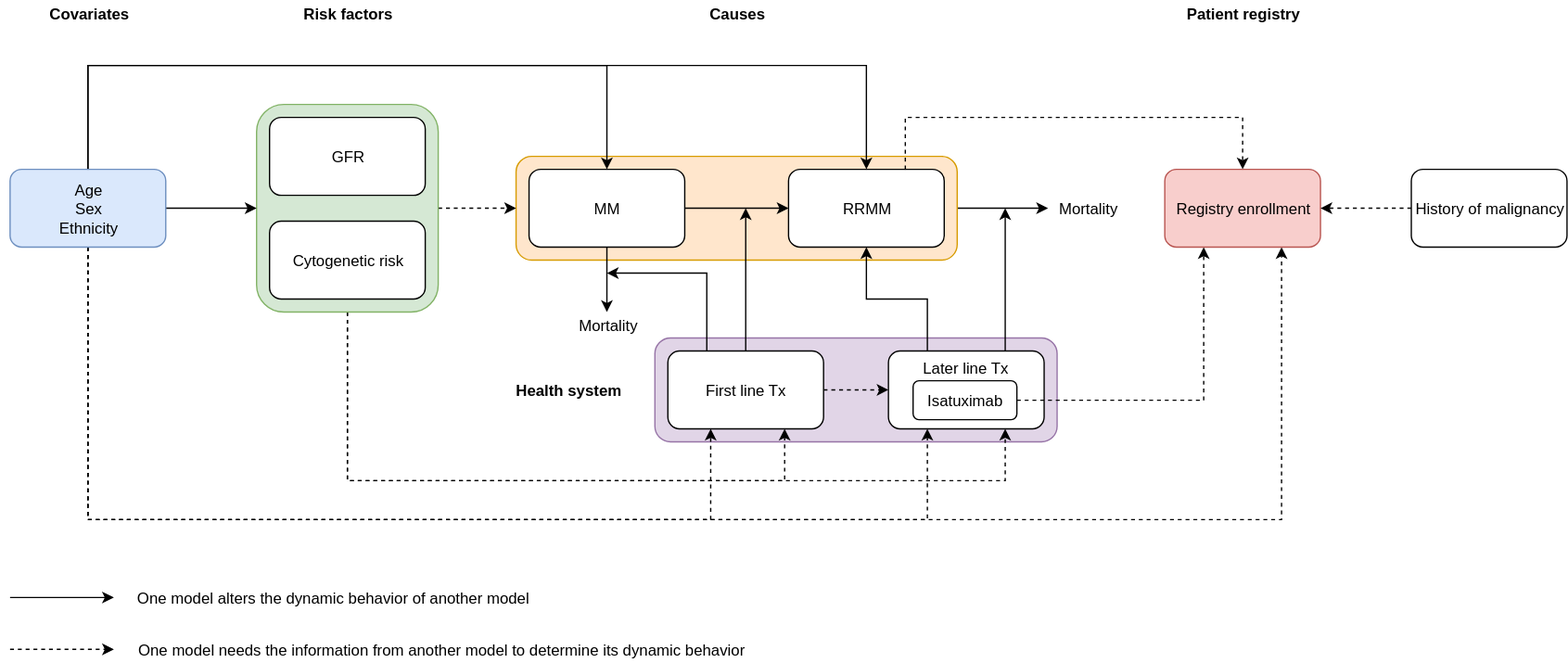
Above: docs/source/concept_models/vivarium_sanofi_multiple_myeloma/concept_model_diagram.svg in ihmeuw/vivarium_research (draw.io), before the change. Source tidied: cells renumbered, new cells last; positions are measured from the earlier drawing's top-left corner, leaving out a move shared by most shapes. The source it was exported from:
```xml
<mxGraphModel>
  <root>
    <mxCell id="0" />
    <mxCell id="1" parent="0" />
    <mxCell id="2" style="rounded=1;whiteSpace=wrap;html=1;fillColor=#e1d5e7;strokeColor=#9673a6;" parent="1" vertex="1">
      <mxGeometry x="497" y="260" width="310" height="80" as="geometry" />
    </mxCell>
    <mxCell id="3" style="edgeStyle=orthogonalEdgeStyle;rounded=0;jettySize=auto;html=1;exitX=1;exitY=0.5;exitDx=0;exitDy=0;" parent="1" edge="1" source="4">
      <mxGeometry relative="1" as="geometry">
        <mxPoint x="800" y="160" as="targetPoint" />
      </mxGeometry>
    </mxCell>
    <mxCell id="4" style="rounded=1;whiteSpace=wrap;html=1;fillColor=#ffe6cc;strokeColor=#d79b00;" parent="1" vertex="1">
      <mxGeometry x="390" y="120" width="340" height="80" as="geometry" />
    </mxCell>
    <mxCell id="5" style="edgeStyle=orthogonalEdgeStyle;rounded=0;jettySize=auto;html=1;exitX=1;exitY=0.5;exitDx=0;exitDy=0;dashed=1;" parent="1" edge="1" source="8">
      <mxGeometry relative="1" as="geometry">
        <mxPoint x="390" y="160" as="targetPoint" />
      </mxGeometry>
    </mxCell>
    <mxCell id="6" style="edgeStyle=orthogonalEdgeStyle;rounded=0;jettySize=auto;html=1;exitX=0.5;exitY=1;exitDx=0;exitDy=0;entryX=0.75;entryY=1;entryDx=0;entryDy=0;dashed=1;strokeWidth=1;" parent="1" edge="1" source="8" target="30">
      <mxGeometry relative="1" as="geometry">
        <Array as="points">
          <mxPoint x="260" y="370" />
          <mxPoint x="767" y="370" />
        </Array>
      </mxGeometry>
    </mxCell>
    <mxCell id="7" style="edgeStyle=orthogonalEdgeStyle;rounded=0;jettySize=auto;html=1;exitX=0.5;exitY=1;exitDx=0;exitDy=0;entryX=0.75;entryY=1;entryDx=0;entryDy=0;dashed=1;strokeWidth=1;" parent="1" edge="1" source="8" target="18">
      <mxGeometry relative="1" as="geometry">
        <Array as="points">
          <mxPoint x="260" y="370" />
          <mxPoint x="597" y="370" />
        </Array>
      </mxGeometry>
    </mxCell>
    <mxCell id="8" style="rounded=1;whiteSpace=wrap;html=1;fillColor=#d5e8d4;strokeColor=#82b366;" parent="1" vertex="1">
      <mxGeometry x="190" y="80" width="140" height="160" as="geometry" />
    </mxCell>
    <mxCell id="9" value="GFR" style="rounded=1;whiteSpace=wrap;html=1;" parent="1" vertex="1">
      <mxGeometry x="200" y="90" width="120" height="60" as="geometry" />
    </mxCell>
    <mxCell id="10" value="&lt;span style=&quot;white-space: normal&quot;&gt;Cytogenetic risk&lt;/span&gt;" style="rounded=1;whiteSpace=wrap;html=1;" parent="1" vertex="1">
      <mxGeometry x="200" y="170" width="120" height="60" as="geometry" />
    </mxCell>
    <mxCell id="11" style="edgeStyle=orthogonalEdgeStyle;rounded=0;jettySize=auto;html=1;exitX=1;exitY=0.5;exitDx=0;exitDy=0;entryX=0;entryY=0.5;entryDx=0;entryDy=0;" parent="1" edge="1" source="13" target="27">
      <mxGeometry relative="1" as="geometry" />
    </mxCell>
    <mxCell id="12" style="edgeStyle=orthogonalEdgeStyle;rounded=0;jettySize=auto;html=1;exitX=0.5;exitY=1;exitDx=0;exitDy=0;" parent="1" edge="1" source="13" target="31">
      <mxGeometry relative="1" as="geometry">
        <Array as="points">
          <mxPoint x="460" y="220" />
          <mxPoint x="460" y="220" />
        </Array>
      </mxGeometry>
    </mxCell>
    <mxCell id="13" value="MM" style="rounded=1;whiteSpace=wrap;html=1;" parent="1" vertex="1">
      <mxGeometry x="400" y="130" width="120" height="60" as="geometry" />
    </mxCell>
    <mxCell id="14" value="Mortality" style="text;html=1;strokeColor=none;fillColor=none;align=center;verticalAlign=middle;whiteSpace=wrap;rounded=0;" parent="1" vertex="1">
      <mxGeometry x="810" y="150" width="40" height="20" as="geometry" />
    </mxCell>
    <mxCell id="15" style="edgeStyle=orthogonalEdgeStyle;rounded=0;jettySize=auto;html=1;exitX=0.5;exitY=0;exitDx=0;exitDy=0;strokeWidth=1;" parent="1" edge="1" source="18">
      <mxGeometry relative="1" as="geometry">
        <mxPoint x="567" y="160" as="targetPoint" />
        <Array as="points">
          <mxPoint x="567" y="220" />
          <mxPoint x="567" y="220" />
        </Array>
      </mxGeometry>
    </mxCell>
    <mxCell id="16" style="edgeStyle=orthogonalEdgeStyle;rounded=0;jettySize=auto;html=1;exitX=0.25;exitY=0;exitDx=0;exitDy=0;strokeWidth=1;" parent="1" edge="1" source="18">
      <mxGeometry relative="1" as="geometry">
        <mxPoint x="460" y="210" as="targetPoint" />
        <Array as="points">
          <mxPoint x="510" y="210" />
          <mxPoint x="460" y="210" />
        </Array>
      </mxGeometry>
    </mxCell>
    <mxCell id="17" style="edgeStyle=orthogonalEdgeStyle;rounded=0;jettySize=auto;html=1;exitX=1;exitY=0.5;exitDx=0;exitDy=0;entryX=0;entryY=0.5;entryDx=0;entryDy=0;dashed=1;strokeWidth=1;" parent="1" edge="1" source="18" target="30">
      <mxGeometry relative="1" as="geometry" />
    </mxCell>
    <mxCell id="18" value="First line Tx" style="rounded=1;whiteSpace=wrap;html=1;" parent="1" vertex="1">
      <mxGeometry x="507" y="270" width="120" height="60" as="geometry" />
    </mxCell>
    <mxCell id="19" style="edgeStyle=orthogonalEdgeStyle;rounded=0;jettySize=auto;html=1;exitX=1;exitY=0.5;exitDx=0;exitDy=0;entryX=0;entryY=0.5;entryDx=0;entryDy=0;" parent="1" edge="1" source="25" target="8">
      <mxGeometry relative="1" as="geometry" />
    </mxCell>
    <mxCell id="20" style="edgeStyle=orthogonalEdgeStyle;rounded=0;jettySize=auto;html=1;exitX=0.5;exitY=0;exitDx=0;exitDy=0;entryX=0.5;entryY=0;entryDx=0;entryDy=0;" parent="1" edge="1" source="25" target="13">
      <mxGeometry relative="1" as="geometry">
        <Array as="points">
          <mxPoint x="60" y="50" />
          <mxPoint x="460" y="50" />
        </Array>
      </mxGeometry>
    </mxCell>
    <mxCell id="21" style="edgeStyle=orthogonalEdgeStyle;rounded=0;jettySize=auto;html=1;exitX=0.5;exitY=0;exitDx=0;exitDy=0;entryX=0.5;entryY=0;entryDx=0;entryDy=0;" parent="1" edge="1" source="25" target="27">
      <mxGeometry relative="1" as="geometry">
        <Array as="points">
          <mxPoint x="60" y="50" />
          <mxPoint x="660" y="50" />
        </Array>
      </mxGeometry>
    </mxCell>
    <mxCell id="22" style="edgeStyle=orthogonalEdgeStyle;rounded=0;jettySize=auto;html=1;exitX=0.5;exitY=1;exitDx=0;exitDy=0;dashed=1;" parent="1" edge="1" source="25">
      <mxGeometry relative="1" as="geometry">
        <mxPoint x="540" y="330" as="targetPoint" />
        <Array as="points">
          <mxPoint x="60" y="400" />
          <mxPoint x="540" y="400" />
        </Array>
      </mxGeometry>
    </mxCell>
    <mxCell id="23" style="edgeStyle=orthogonalEdgeStyle;rounded=0;jettySize=auto;html=1;exitX=0.5;exitY=1;exitDx=0;exitDy=0;entryX=0.25;entryY=1;entryDx=0;entryDy=0;dashed=1;" parent="1" edge="1" source="25" target="30">
      <mxGeometry relative="1" as="geometry">
        <Array as="points">
          <mxPoint x="60" y="400" />
          <mxPoint x="707" y="400" />
        </Array>
      </mxGeometry>
    </mxCell>
    <mxCell id="24" style="edgeStyle=orthogonalEdgeStyle;rounded=0;jettySize=auto;html=1;exitX=0.5;exitY=1;exitDx=0;exitDy=0;entryX=0.75;entryY=1;entryDx=0;entryDy=0;dashed=1;" parent="1" edge="1" source="25" target="43">
      <mxGeometry relative="1" as="geometry">
        <Array as="points">
          <mxPoint x="60" y="400" />
          <mxPoint x="980" y="400" />
        </Array>
      </mxGeometry>
    </mxCell>
    <mxCell id="25" value="Age&lt;br&gt;Sex&lt;br&gt;Ethnicity" style="rounded=1;whiteSpace=wrap;html=1;fillColor=#dae8fc;strokeColor=#6c8ebf;" parent="1" vertex="1">
      <mxGeometry y="130" width="120" height="60" as="geometry" />
    </mxCell>
    <mxCell id="26" style="edgeStyle=orthogonalEdgeStyle;rounded=0;jettySize=auto;html=1;exitX=0.75;exitY=0;exitDx=0;exitDy=0;entryX=0.5;entryY=0;entryDx=0;entryDy=0;dashed=1;" parent="1" edge="1" source="27" target="43">
      <mxGeometry relative="1" as="geometry">
        <Array as="points">
          <mxPoint x="690" y="90" />
          <mxPoint x="950" y="90" />
        </Array>
      </mxGeometry>
    </mxCell>
    <mxCell id="27" value="RRMM" style="rounded=1;whiteSpace=wrap;html=1;" parent="1" vertex="1">
      <mxGeometry x="600" y="130" width="120" height="60" as="geometry" />
    </mxCell>
    <mxCell id="28" style="edgeStyle=orthogonalEdgeStyle;rounded=0;jettySize=auto;html=1;exitX=0.75;exitY=0;exitDx=0;exitDy=0;strokeWidth=1;" parent="1" edge="1" source="30">
      <mxGeometry relative="1" as="geometry">
        <mxPoint x="767" y="160" as="targetPoint" />
        <Array as="points">
          <mxPoint x="767" y="180" />
          <mxPoint x="767" y="180" />
        </Array>
      </mxGeometry>
    </mxCell>
    <mxCell id="29" style="edgeStyle=orthogonalEdgeStyle;rounded=0;jettySize=auto;html=1;exitX=0.25;exitY=0;exitDx=0;exitDy=0;entryX=0.5;entryY=1;entryDx=0;entryDy=0;" parent="1" edge="1" source="30" target="27">
      <mxGeometry relative="1" as="geometry" />
    </mxCell>
    <mxCell id="30" style="rounded=1;whiteSpace=wrap;html=1;" parent="1" vertex="1">
      <mxGeometry x="677" y="270" width="120" height="60" as="geometry" />
    </mxCell>
    <mxCell id="31" value="Mortality" style="text;html=1;strokeColor=none;fillColor=none;align=center;verticalAlign=middle;whiteSpace=wrap;rounded=0;" parent="1" vertex="1">
      <mxGeometry x="440" y="240" width="40" height="20" as="geometry" />
    </mxCell>
    <mxCell id="32" value="&lt;b&gt;Risk factors&lt;/b&gt;" style="text;html=1;strokeColor=none;fillColor=none;align=center;verticalAlign=middle;whiteSpace=wrap;rounded=0;" parent="1" vertex="1">
      <mxGeometry x="217.5" width="85" height="20" as="geometry" />
    </mxCell>
    <mxCell id="33" value="&lt;b&gt;Causes&lt;/b&gt;" style="text;html=1;strokeColor=none;fillColor=none;align=center;verticalAlign=middle;whiteSpace=wrap;rounded=0;" parent="1" vertex="1">
      <mxGeometry x="540" width="40" height="20" as="geometry" />
    </mxCell>
    <mxCell id="34" value="&lt;b&gt;Covariates&lt;/b&gt;" style="text;html=1;strokeColor=none;fillColor=none;align=center;verticalAlign=middle;whiteSpace=wrap;rounded=0;" parent="1" vertex="1">
      <mxGeometry x="40" width="40" height="20" as="geometry" />
    </mxCell>
    <mxCell id="35" style="endArrow=classic;html=1;strokeWidth=1;" parent="1" edge="1">
      <mxGeometry relative="1" as="geometry">
        <mxPoint y="460" as="sourcePoint" />
        <mxPoint x="80" y="460" as="targetPoint" />
      </mxGeometry>
    </mxCell>
    <mxCell id="36" style="endArrow=classic;html=1;strokeWidth=1;dashed=1;" parent="1" edge="1">
      <mxGeometry relative="1" as="geometry">
        <mxPoint y="500" as="sourcePoint" />
        <mxPoint x="80" y="500" as="targetPoint" />
      </mxGeometry>
    </mxCell>
    <mxCell id="37" value="One model alters the dynamic behavior of another model" style="text;html=1;strokeColor=none;fillColor=none;align=center;verticalAlign=middle;whiteSpace=wrap;rounded=0;" parent="1" vertex="1">
      <mxGeometry x="94" y="450" width="310" height="20" as="geometry" />
    </mxCell>
    <mxCell id="38" value="One model needs the information from another model to determine its dynamic behavior" style="text;html=1;strokeColor=none;fillColor=none;align=center;verticalAlign=middle;whiteSpace=wrap;rounded=0;" parent="1" vertex="1">
      <mxGeometry x="98" y="490" width="470" height="20" as="geometry" />
    </mxCell>
    <mxCell id="39" style="edgeStyle=orthogonalEdgeStyle;rounded=0;jettySize=auto;html=1;exitX=1;exitY=0.5;exitDx=0;exitDy=0;entryX=0.25;entryY=1;entryDx=0;entryDy=0;dashed=1;" parent="1" edge="1" source="40" target="43">
      <mxGeometry relative="1" as="geometry" />
    </mxCell>
    <mxCell id="40" value="&lt;span style=&quot;white-space: normal&quot;&gt;Isatuximab&lt;/span&gt;" style="rounded=1;whiteSpace=wrap;html=1;" parent="1" vertex="1">
      <mxGeometry x="696" y="293" width="80" height="30" as="geometry" />
    </mxCell>
    <mxCell id="41" value="Later line Tx" style="text;html=1;" parent="1" vertex="1">
      <mxGeometry x="702" y="270" width="70" height="30" as="geometry" />
    </mxCell>
    <mxCell id="42" value="&lt;b&gt;Health system&lt;/b&gt;" style="text;html=1;strokeColor=none;fillColor=none;align=center;verticalAlign=middle;whiteSpace=wrap;rounded=0;" parent="1" vertex="1">
      <mxGeometry x="385" y="290" width="90" height="20" as="geometry" />
    </mxCell>
    <mxCell id="43" value="Registry enrollment" style="rounded=1;whiteSpace=wrap;html=1;fillColor=#f8cecc;strokeColor=#b85450;" parent="1" vertex="1">
      <mxGeometry x="890" y="130" width="120" height="60" as="geometry" />
    </mxCell>
    <mxCell id="44" value="&lt;b&gt;Patient registry&lt;/b&gt;" style="text;html=1;strokeColor=none;fillColor=none;align=center;verticalAlign=middle;whiteSpace=wrap;rounded=0;" parent="1" vertex="1">
      <mxGeometry x="902.5" width="95" height="20" as="geometry" />
    </mxCell>
    <mxCell id="45" style="edgeStyle=orthogonalEdgeStyle;rounded=0;jettySize=auto;html=1;exitX=0;exitY=0.5;exitDx=0;exitDy=0;entryX=1;entryY=0.5;entryDx=0;entryDy=0;dashed=1;" parent="1" edge="1" source="46" target="43">
      <mxGeometry relative="1" as="geometry" />
    </mxCell>
    <mxCell id="46" value="History of malignancy" style="rounded=1;whiteSpace=wrap;html=1;" parent="1" vertex="1">
      <mxGeometry x="1080" y="130" width="120" height="60" as="geometry" />
    </mxCell>
  </root>
</mxGraphModel>
```
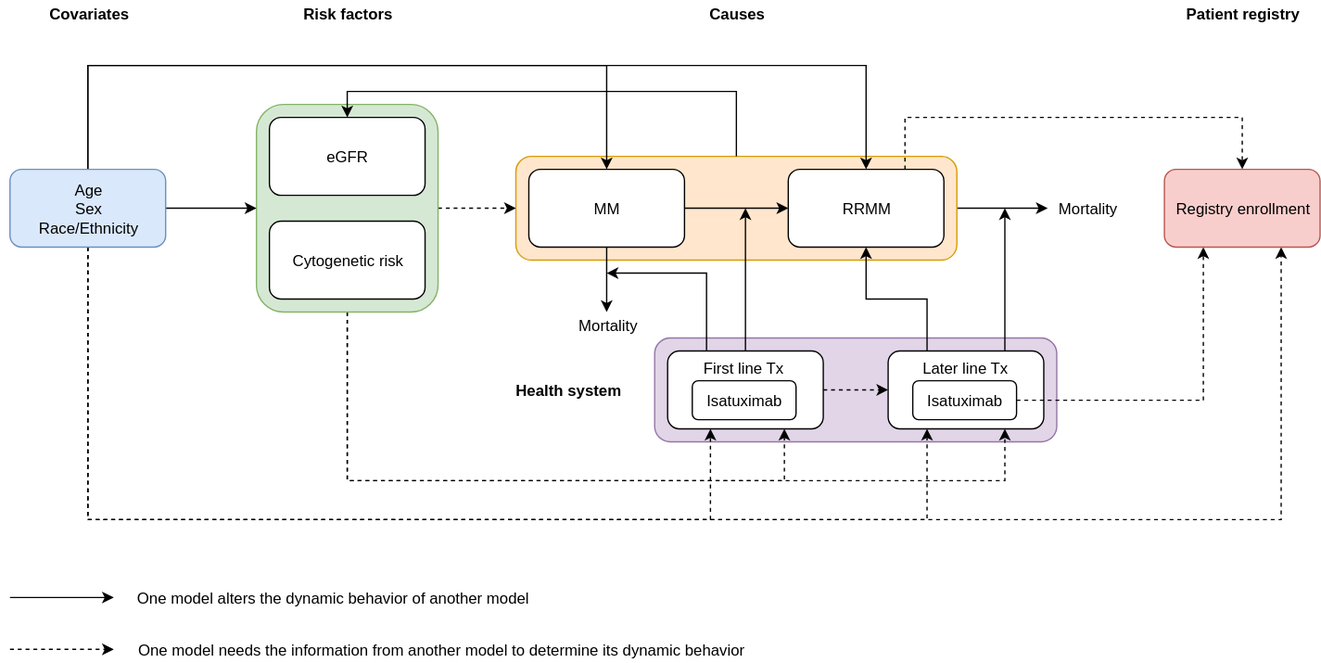
After the commit.

Commit message:
added changes to MM concept model doc

What changed in the source:
```diff
@@ -37,7 +37,7 @@
     <mxCell id="8" style="rounded=1;whiteSpace=wrap;html=1;fillColor=#d5e8d4;strokeColor=#82b366;" parent="1" vertex="1">
       <mxGeometry x="190" y="80" width="140" height="160" as="geometry" />
     </mxCell>
-    <mxCell id="9" value="GFR" style="rounded=1;whiteSpace=wrap;html=1;" parent="1" vertex="1">
+    <mxCell id="9" value="eGFR" style="rounded=1;whiteSpace=wrap;html=1;" parent="1" vertex="1">
       <mxGeometry x="200" y="90" width="120" height="60" as="geometry" />
     </mxCell>
     <mxCell id="10" value="&lt;span style=&quot;white-space: normal&quot;&gt;Cytogenetic risk&lt;/span&gt;" style="rounded=1;whiteSpace=wrap;html=1;" parent="1" vertex="1">
@@ -81,7 +81,7 @@
     <mxCell id="17" style="edgeStyle=orthogonalEdgeStyle;rounded=0;jettySize=auto;html=1;exitX=1;exitY=0.5;exitDx=0;exitDy=0;entryX=0;entryY=0.5;entryDx=0;entryDy=0;dashed=1;strokeWidth=1;" parent="1" edge="1" source="18" target="30">
       <mxGeometry relative="1" as="geometry" />
     </mxCell>
-    <mxCell id="18" value="First line Tx" style="rounded=1;whiteSpace=wrap;html=1;" parent="1" vertex="1">
+    <mxCell id="18" style="rounded=1;whiteSpace=wrap;html=1;" parent="1" vertex="1">
       <mxGeometry x="507" y="270" width="120" height="60" as="geometry" />
     </mxCell>
     <mxCell id="19" style="edgeStyle=orthogonalEdgeStyle;rounded=0;jettySize=auto;html=1;exitX=1;exitY=0.5;exitDx=0;exitDy=0;entryX=0;entryY=0.5;entryDx=0;entryDy=0;" parent="1" edge="1" source="25" target="8">
@@ -128,7 +128,7 @@
         </Array>
       </mxGeometry>
     </mxCell>
-    <mxCell id="25" value="Age&lt;br&gt;Sex&lt;br&gt;Ethnicity" style="rounded=1;whiteSpace=wrap;html=1;fillColor=#dae8fc;strokeColor=#6c8ebf;" parent="1" vertex="1">
+    <mxCell id="25" value="Age&lt;br&gt;Sex&lt;br&gt;Race/Ethnicity" style="rounded=1;whiteSpace=wrap;html=1;fillColor=#dae8fc;strokeColor=#6c8ebf;" parent="1" vertex="1">
       <mxGeometry y="130" width="120" height="60" as="geometry" />
     </mxCell>
     <mxCell id="26" style="edgeStyle=orthogonalEdgeStyle;rounded=0;jettySize=auto;html=1;exitX=0.75;exitY=0;exitDx=0;exitDy=0;entryX=0.5;entryY=0;entryDx=0;entryDy=0;dashed=1;" parent="1" edge="1" source="27" target="43">
@@ -205,11 +205,14 @@
     <mxCell id="44" value="&lt;b&gt;Patient registry&lt;/b&gt;" style="text;html=1;strokeColor=none;fillColor=none;align=center;verticalAlign=middle;whiteSpace=wrap;rounded=0;" parent="1" vertex="1">
       <mxGeometry x="902.5" width="95" height="20" as="geometry" />
     </mxCell>
-    <mxCell id="45" style="edgeStyle=orthogonalEdgeStyle;rounded=0;jettySize=auto;html=1;exitX=0;exitY=0.5;exitDx=0;exitDy=0;entryX=1;entryY=0.5;entryDx=0;entryDy=0;dashed=1;" parent="1" edge="1" source="46" target="43">
-      <mxGeometry relative="1" as="geometry" />
-    </mxCell>
-    <mxCell id="46" value="History of malignancy" style="rounded=1;whiteSpace=wrap;html=1;" parent="1" vertex="1">
-      <mxGeometry x="1080" y="130" width="120" height="60" as="geometry" />
-    </mxCell>
+    <mxCell id="47" style="edgeStyle=orthogonalEdgeStyle;rounded=0;jettySize=auto;html=1;exitX=0.5;exitY=0;exitDx=0;exitDy=0;entryX=0.5;entryY=0;entryDx=0;entryDy=0;" parent="1" edge="1" source="4" target="9">
+      <mxGeometry relative="1" as="geometry" />
+    </mxCell>
+    <mxCell id="48" value="&lt;span style=&quot;white-space: normal&quot;&gt;Isatuximab&lt;/span&gt;" style="rounded=1;whiteSpace=wrap;html=1;" parent="1" vertex="1">
+      <mxGeometry x="526" y="293" width="80" height="30" as="geometry" />
+    </mxCell>
+    <mxCell id="49" value="First line Tx" style="text;html=1;" parent="1" vertex="1">
+      <mxGeometry x="533" y="270" width="70" height="30" as="geometry" />
+    </mxCell>
   </root>
 </mxGraphModel>
```
